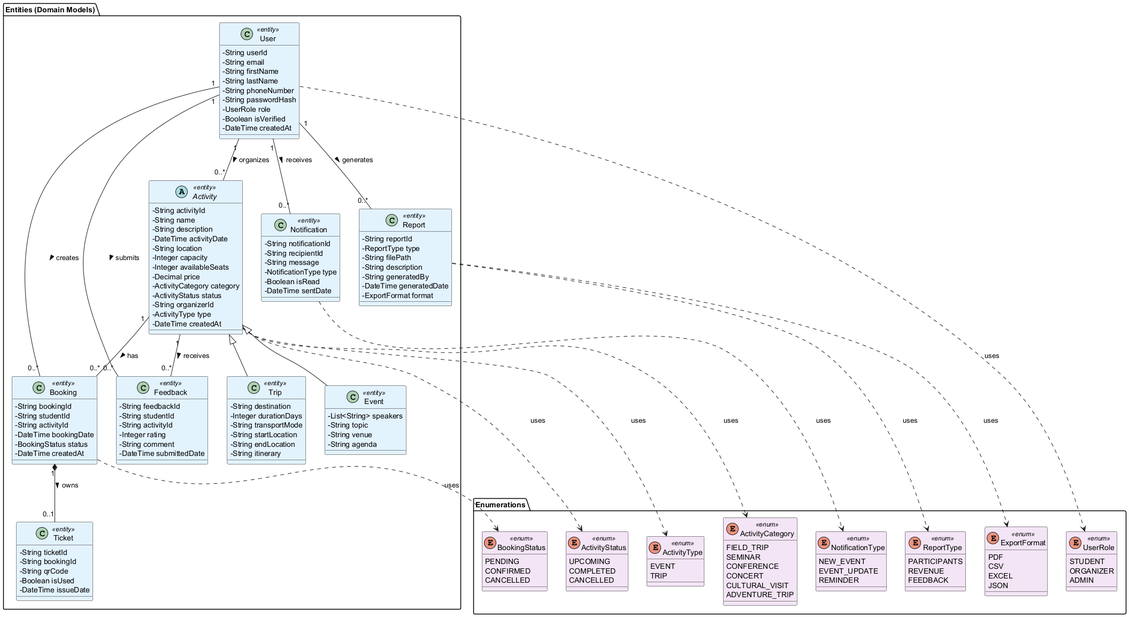
The PlantUML diagram Milestones/PM_3/Class Diagram/After DP/png/Data_Layer.png in AIU-SoftWave/AIU-Trips-And-Events, before a commit.
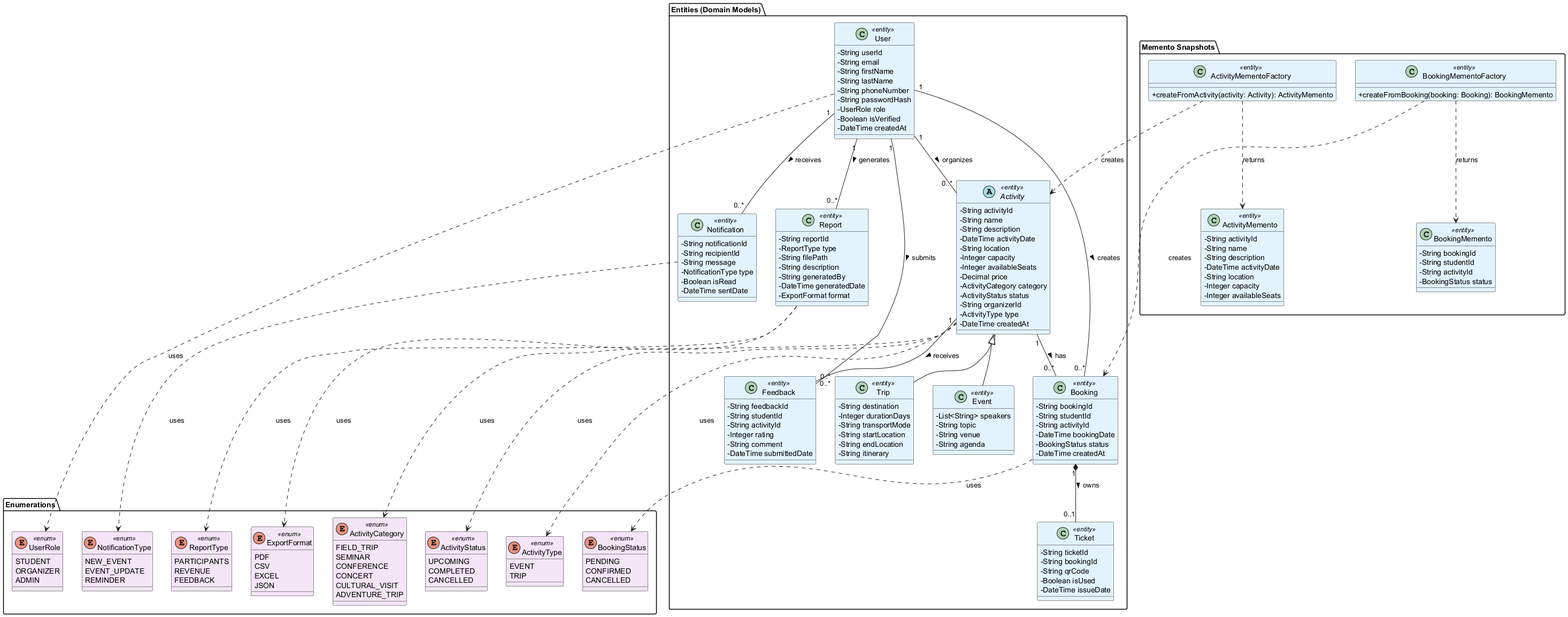
After the change.

Commit message:
fixing repo layer

What changed in the source:
```diff
@@ -121,6 +121,39 @@
     User "1" -- "0..*" Notification : receives >
 }
 
+package "Memento Snapshots" {
+
+    class ActivityMemento <<entity>> {
+        -String activityId
+        -String name
+        -String description
+        -DateTime activityDate
+        -String location
+        -Integer capacity
+        -Integer availableSeats
+    }
+
+    class BookingMemento <<entity>> {
+        -String bookingId
+        -String studentId
+        -String activityId
+        -BookingStatus status
+    }
+
+    class ActivityMementoFactory <<entity>> {
+        +createFromActivity(activity: Activity): ActivityMemento
+    }
+
+    class BookingMementoFactory <<entity>> {
+        +createFromBooking(booking: Booking): BookingMemento
+    }
+
+    ActivityMementoFactory ..> Activity : creates
+    ActivityMementoFactory ..> ActivityMemento : returns
+    BookingMementoFactory ..> Booking : creates
+    BookingMementoFactory ..> BookingMemento : returns
+}
+
 package "Enumerations" {
 
     enum UserRole <<enum>> {
```
